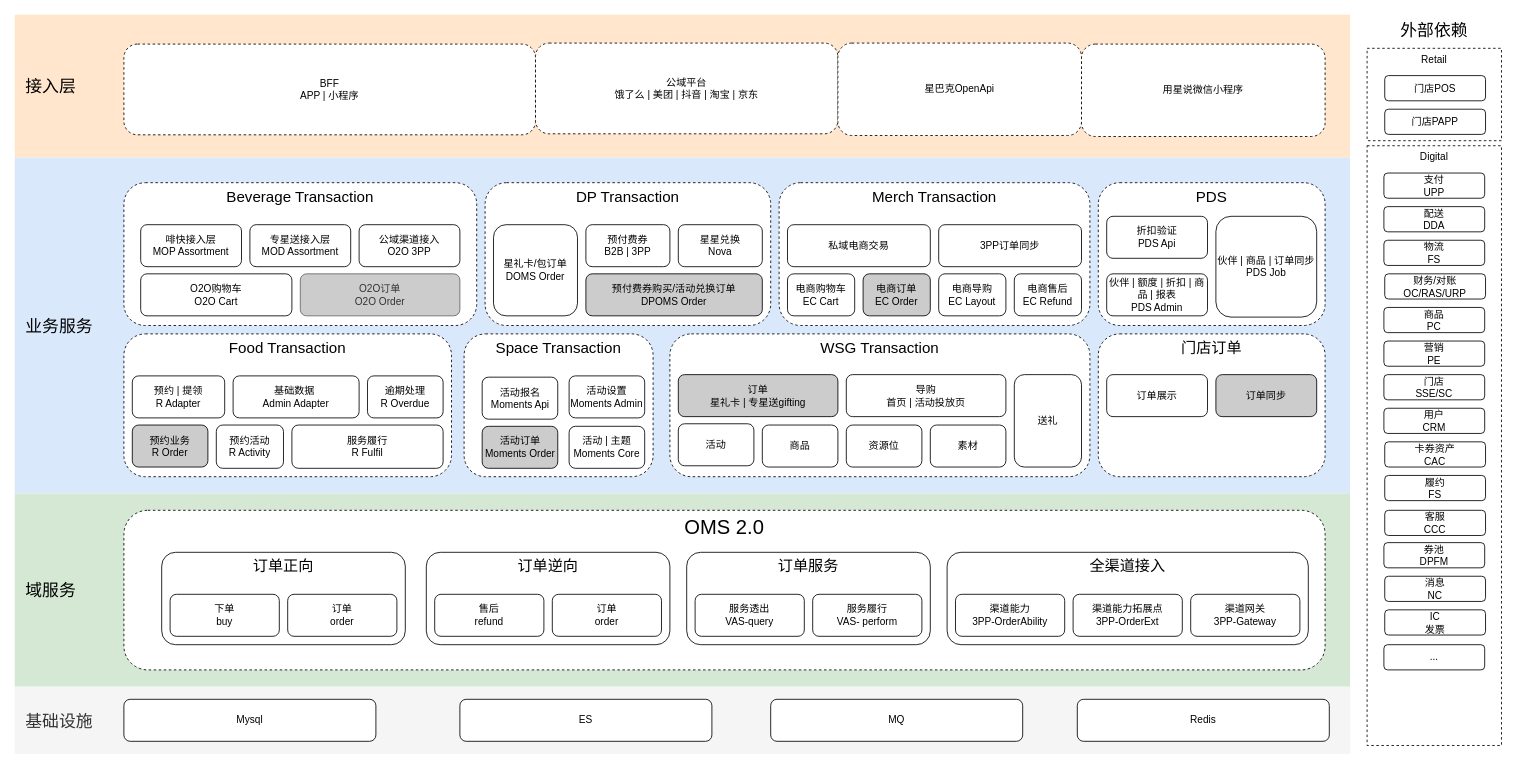
alexzhang2015/PC2.0 keeps this draw.io diagram as page "目标技术架构" (2 of 5) of OMS2.0业务架构.drawio. Above is the earlier version. Source tidied: cells renumbered, new cells numbered last; positions are measured from the earlier drawing's top-left corner, leaving out a move shared by most shapes. Both pictures are drawn from the tidied source at 84%, with x=0, y=0 at pixel (14, 14).
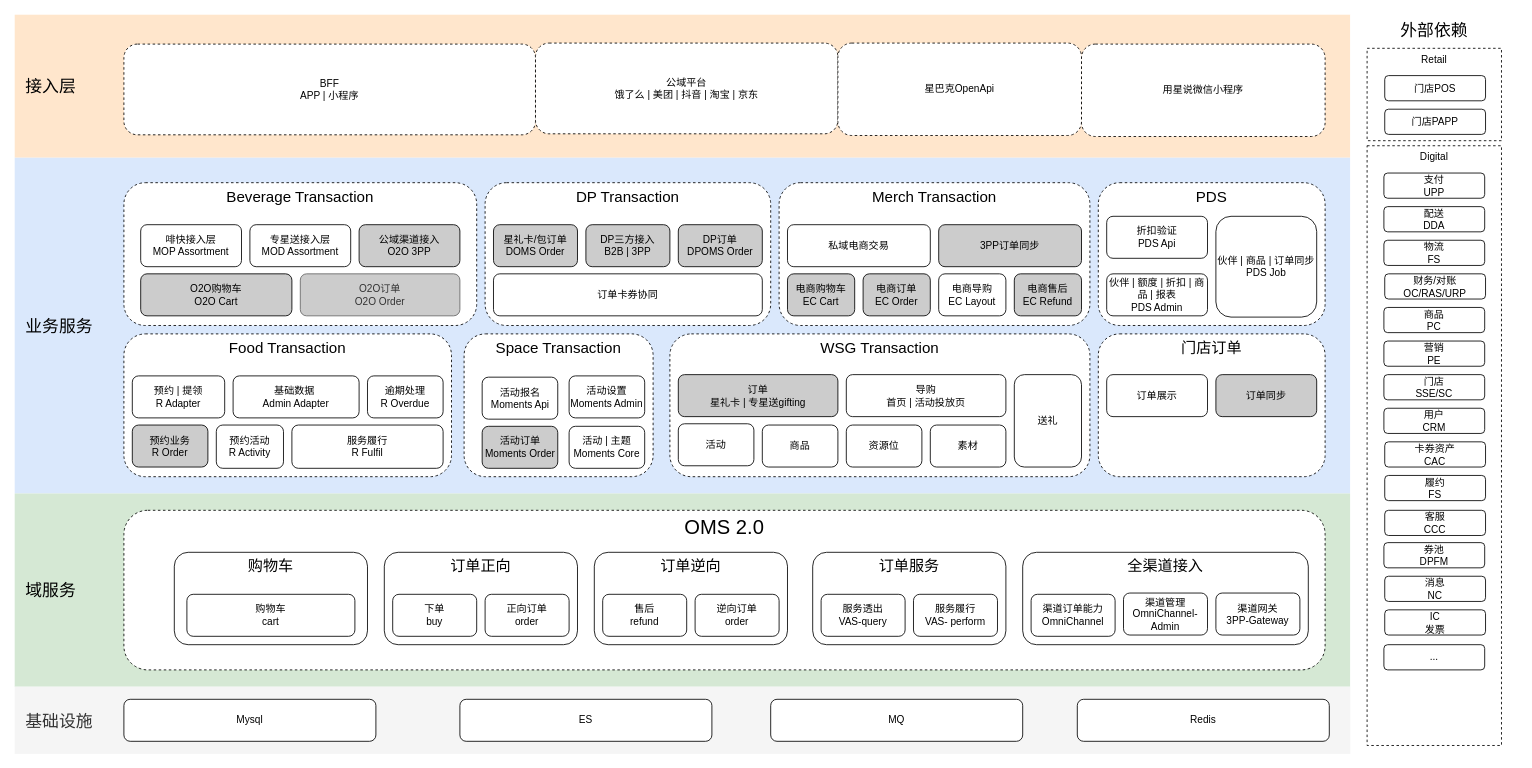
After the change.

What changed in the source:
```diff
@@
     <mxCell id="9" value="&lt;span style=&quot;font-size: 18px;&quot;&gt;订单正向&lt;/span&gt;" style="rounded=1;whiteSpace=wrap;html=1;verticalAlign=top;" parent="1" vertex="1">
-      <mxGeometry x="175" y="640" width="290" height="110" as="geometry" />
+      <mxGeometry x="440" y="640" width="230" height="110" as="geometry" />
     </mxCell>
     <mxCell id="10" value="下单&lt;div&gt;buy&lt;/div&gt;" style="rounded=1;whiteSpace=wrap;html=1;" parent="1" vertex="1">
-      <mxGeometry x="185" y="690" width="130" height="50" as="geometry" />
+      <mxGeometry x="450" y="690" width="100" height="50" as="geometry" />
     </mxCell>
     <mxCell id="11" value="&lt;font style=&quot;font-size: 18px;&quot;&gt;订单服务&lt;/font&gt;" style="rounded=1;whiteSpace=wrap;html=1;verticalAlign=top;" parent="1" vertex="1">
-      <mxGeometry x="800" y="640" width="290" height="110" as="geometry" />
+      <mxGeometry x="950" y="640" width="230" height="110" as="geometry" />
     </mxCell>
-    <mxCell id="12" value="订单&lt;div&gt;order&lt;/div&gt;" style="rounded=1;whiteSpace=wrap;html=1;" parent="1" vertex="1">
-      <mxGeometry x="325" y="690" width="130" height="50" as="geometry" />
+    <mxCell id="12" value="正向订单&lt;div&gt;order&lt;/div&gt;" style="rounded=1;whiteSpace=wrap;html=1;" parent="1" vertex="1">
+      <mxGeometry x="560" y="690" width="100" height="50" as="geometry" />
     </mxCell>
     <mxCell id="13" value="&lt;span style=&quot;font-size: 18px;&quot;&gt;订单逆向&lt;/span&gt;" style="rounded=1;whiteSpace=wrap;html=1;verticalAlign=top;" parent="1" vertex="1">
-      <mxGeometry x="490" y="640" width="290" height="110" as="geometry" />
+      <mxGeometry x="690" y="640" width="230" height="110" as="geometry" />
     </mxCell>
     <mxCell id="14" value="售后&lt;div&gt;refund&lt;/div&gt;" style="rounded=1;whiteSpace=wrap;html=1;" parent="1" vertex="1">
-      <mxGeometry x="500" y="690" width="130" height="50" as="geometry" />
+      <mxGeometry x="700" y="690" width="100" height="50" as="geometry" />
     </mxCell>
-    <mxCell id="15" value="订单&lt;div&gt;order&lt;/div&gt;" style="rounded=1;whiteSpace=wrap;html=1;" parent="1" vertex="1">
-      <mxGeometry x="640" y="690" width="130" height="50" as="geometry" />
+    <mxCell id="15" value="逆向订单&lt;div&gt;order&lt;/div&gt;" style="rounded=1;whiteSpace=wrap;html=1;" parent="1" vertex="1">
+      <mxGeometry x="810" y="690" width="100" height="50" as="geometry" />
     </mxCell>
     <mxCell id="16" value="服务透出&lt;div&gt;VAS-query&lt;/div&gt;" style="rounded=1;whiteSpace=wrap;html=1;" parent="1" vertex="1">
-      <mxGeometry x="810" y="690" width="130" height="50" as="geometry" />
+      <mxGeometry x="960" y="690" width="100" height="50" as="geometry" />
     </mxCell>
     <mxCell id="17" value="服务履行&lt;div&gt;VAS- perform&lt;br&gt;&lt;/div&gt;" style="rounded=1;whiteSpace=wrap;html=1;" parent="1" vertex="1">
-      <mxGeometry x="950" y="690" width="130" height="50" as="geometry" />
+      <mxGeometry x="1070" y="690" width="100" height="50" as="geometry" />
     </mxCell>
@@
-    <mxCell id="21" value="&lt;div style=&quot;font-size: 12px;&quot;&gt;&lt;font style=&quot;font-size: 12px;&quot;&gt;公域渠道接入&lt;/font&gt;&lt;/div&gt;&lt;font style=&quot;font-size: 12px;&quot;&gt;O2O 3PP&lt;/font&gt;" style="rounded=1;whiteSpace=wrap;html=1;verticalAlign=middle;fontSize=12;" parent="1" vertex="1">
+    <mxCell id="21" value="&lt;div style=&quot;font-size: 12px;&quot;&gt;&lt;font style=&quot;font-size: 12px;&quot;&gt;公域渠道接入&lt;/font&gt;&lt;/div&gt;&lt;font style=&quot;font-size: 12px;&quot;&gt;O2O 3PP&lt;/font&gt;" style="rounded=1;whiteSpace=wrap;html=1;verticalAlign=middle;fontSize=12;fillColor=#CCCCCC;" parent="1" vertex="1">
       <mxGeometry x="410" y="250" width="120" height="50" as="geometry" />
     </mxCell>
-    <mxCell id="22" value="&lt;div&gt;星礼卡/包订单&lt;span style=&quot;background-color: initial;&quot;&gt;&lt;br&gt;&lt;/span&gt;&lt;/div&gt;&lt;div&gt;&lt;span style=&quot;background-color: initial;&quot;&gt;DOMS Order&lt;/span&gt;&lt;br&gt;&lt;/div&gt;" style="rounded=1;whiteSpace=wrap;html=1;verticalAlign=middle;" parent="1" vertex="1">
-      <mxGeometry x="570" y="250" width="100" height="108.5" as="geometry" />
+    <mxCell id="22" value="&lt;div&gt;星礼卡/包订单&lt;span style=&quot;background-color: initial;&quot;&gt;&lt;br&gt;&lt;/span&gt;&lt;/div&gt;&lt;div&gt;&lt;span style=&quot;background-color: initial;&quot;&gt;DOMS Order&lt;/span&gt;&lt;br&gt;&lt;/div&gt;" style="rounded=1;whiteSpace=wrap;html=1;verticalAlign=middle;fillColor=#CCCCCC;" parent="1" vertex="1">
+      <mxGeometry x="570" y="250" width="100" height="50" as="geometry" />
     </mxCell>
-    <mxCell id="23" value="&lt;div&gt;预付费券&lt;/div&gt;&lt;div&gt;B2B | 3PP&lt;br&gt;&lt;/div&gt;" style="rounded=1;whiteSpace=wrap;html=1;verticalAlign=middle;" parent="1" vertex="1">
+    <mxCell id="23" value="&lt;div&gt;DP三方接入&lt;/div&gt;&lt;div&gt;B2B | 3PP&lt;br&gt;&lt;/div&gt;" style="rounded=1;whiteSpace=wrap;html=1;verticalAlign=middle;fillColor=#CCCCCC;" parent="1" vertex="1">
       <mxGeometry x="680" y="250" width="100" height="50" as="geometry" />
     </mxCell>
@@
-    <mxCell id="29" value="&lt;div&gt;&lt;font style=&quot;font-size: 12px;&quot;&gt;O2O购物车&lt;/font&gt;&lt;/div&gt;&lt;font style=&quot;font-size: 12px;&quot;&gt;O2O Cart&lt;/font&gt;" style="rounded=1;whiteSpace=wrap;html=1;verticalAlign=middle;" parent="1" vertex="1">
+    <mxCell id="29" value="&lt;div&gt;&lt;font style=&quot;font-size: 12px;&quot;&gt;O2O购物车&lt;/font&gt;&lt;/div&gt;&lt;font style=&quot;font-size: 12px;&quot;&gt;O2O Cart&lt;/font&gt;" style="rounded=1;whiteSpace=wrap;html=1;verticalAlign=middle;fillColor=#CCCCCC;" parent="1" vertex="1">
       <mxGeometry x="150" y="308.5" width="180" height="50" as="geometry" />
     </mxCell>
-    <mxCell id="30" value="&lt;div&gt;&lt;span style=&quot;background-color: initial;&quot;&gt;预付费券购买/活动兑换订单&lt;/span&gt;&lt;/div&gt;&lt;div&gt;&lt;span style=&quot;background-color: initial;&quot;&gt;DPOMS Order&lt;/span&gt;&lt;/div&gt;" style="rounded=1;whiteSpace=wrap;html=1;verticalAlign=middle;fillColor=#CCCCCC;" parent="1" vertex="1">
-      <mxGeometry x="680" y="308.5" width="210" height="50" as="geometry" />
+    <mxCell id="30" value="订单卡券协同" style="rounded=1;whiteSpace=wrap;html=1;verticalAlign=middle;fillColor=none;" parent="1" vertex="1">
+      <mxGeometry x="570" y="308.5" width="320" height="50" as="geometry" />
     </mxCell>
-    <mxCell id="31" value="&lt;div&gt;电商购物车&lt;/div&gt;&lt;font style=&quot;font-size: 12px;&quot;&gt;EC Cart&lt;/font&gt;" style="rounded=1;whiteSpace=wrap;html=1;verticalAlign=middle;" parent="1" vertex="1">
+    <mxCell id="31" value="&lt;div&gt;电商购物车&lt;/div&gt;&lt;font style=&quot;font-size: 12px;&quot;&gt;EC Cart&lt;/font&gt;" style="rounded=1;whiteSpace=wrap;html=1;verticalAlign=middle;fillColor=#CCCCCC;" parent="1" vertex="1">
       <mxGeometry x="920" y="308.5" width="80" height="50" as="geometry" />
     </mxCell>
-    <mxCell id="32" value="&lt;div&gt;&lt;font style=&quot;font-size: 12px;&quot;&gt;电商售后&lt;/font&gt;&lt;/div&gt;&lt;font style=&quot;font-size: 12px;&quot;&gt;EC Refund&lt;/font&gt;" style="rounded=1;whiteSpace=wrap;html=1;verticalAlign=middle;" parent="1" vertex="1">
+    <mxCell id="32" value="&lt;div&gt;&lt;font style=&quot;font-size: 12px;&quot;&gt;电商售后&lt;/font&gt;&lt;/div&gt;&lt;font style=&quot;font-size: 12px;&quot;&gt;EC Refund&lt;/font&gt;" style="rounded=1;whiteSpace=wrap;html=1;verticalAlign=middle;fillColor=#CCCCCC;" parent="1" vertex="1">
       <mxGeometry x="1190" y="308.5" width="80" height="50" as="geometry" />
     </mxCell>
-    <mxCell id="33" value="&lt;div&gt;星星兑换&lt;/div&gt;&lt;div&gt;Nova&lt;/div&gt;" style="rounded=1;whiteSpace=wrap;html=1;verticalAlign=middle;" parent="1" vertex="1">
+    <mxCell id="33" value="&lt;div&gt;DP订单&lt;/div&gt;&lt;div&gt;DPOMS Order&lt;/div&gt;" style="rounded=1;whiteSpace=wrap;html=1;verticalAlign=middle;fillColor=#CCCCCC;" parent="1" vertex="1">
       <mxGeometry x="790" y="250" width="100" height="50" as="geometry" />
     </mxCell>
-    <mxCell id="34" value="3PP订单同步" style="rounded=1;whiteSpace=wrap;html=1;verticalAlign=middle;" parent="1" vertex="1">
+    <mxCell id="34" value="3PP订单同步" style="rounded=1;whiteSpace=wrap;html=1;verticalAlign=middle;fillColor=#CCCCCC;" parent="1" vertex="1">
       <mxGeometry x="1100" y="250" width="170" height="50" as="geometry" />
     </mxCell>
@@
     <mxCell id="89" value="&lt;span style=&quot;font-size: 18px;&quot;&gt;全渠道接入&lt;/span&gt;" style="rounded=1;whiteSpace=wrap;html=1;verticalAlign=top;" parent="1" vertex="1">
-      <mxGeometry x="1110" y="640" width="430" height="110" as="geometry" />
+      <mxGeometry x="1200" y="640" width="340" height="110" as="geometry" />
     </mxCell>
-    <mxCell id="90" value="渠道能力&lt;div&gt;3PP-OrderAbility&lt;/div&gt;" style="rounded=1;whiteSpace=wrap;html=1;" parent="1" vertex="1">
-      <mxGeometry x="1120" y="690" width="130" height="50" as="geometry" />
+    <mxCell id="90" value="渠道订单能力&lt;div&gt;&lt;span style=&quot;background-color: initial;&quot;&gt;OmniChannel&lt;/span&gt;&lt;/div&gt;" style="rounded=1;whiteSpace=wrap;html=1;" parent="1" vertex="1">
+      <mxGeometry x="1210" y="690" width="100" height="50" as="geometry" />
     </mxCell>
-    <mxCell id="91" value="&lt;div&gt;渠道能力拓展点&lt;/div&gt;&lt;div&gt;3PP-OrderExt&lt;/div&gt;" style="rounded=1;whiteSpace=wrap;html=1;" parent="1" vertex="1">
-      <mxGeometry x="1260" y="690" width="130" height="50" as="geometry" />
+    <mxCell id="91" value="&lt;div&gt;渠道管理&lt;/div&gt;&lt;div&gt;OmniChannel-Admin&lt;br&gt;&lt;/div&gt;" style="rounded=1;whiteSpace=wrap;html=1;" parent="1" vertex="1">
+      <mxGeometry x="1320" y="688.5" width="100" height="50" as="geometry" />
     </mxCell>
     <mxCell id="92" value="&lt;div&gt;渠道网关&lt;/div&gt;&lt;div&gt;3PP-Gateway&lt;/div&gt;" style="rounded=1;whiteSpace=wrap;html=1;" parent="1" vertex="1">
-      <mxGeometry x="1400" y="690" width="130" height="50" as="geometry" />
+      <mxGeometry x="1430" y="688.5" width="100" height="50" as="geometry" />
     </mxCell>
+    <mxCell id="93" value="&lt;span style=&quot;font-size: 18px;&quot;&gt;购物车&lt;/span&gt;" style="rounded=1;whiteSpace=wrap;html=1;verticalAlign=top;" parent="1" vertex="1">
+      <mxGeometry x="190" y="640" width="230" height="110" as="geometry" />
+    </mxCell>
+    <mxCell id="94" value="购物车&lt;div&gt;cart&lt;/div&gt;" style="rounded=1;whiteSpace=wrap;html=1;" parent="1" vertex="1">
+      <mxGeometry x="205" y="690" width="200" height="50" as="geometry" />
+    </mxCell>
```
